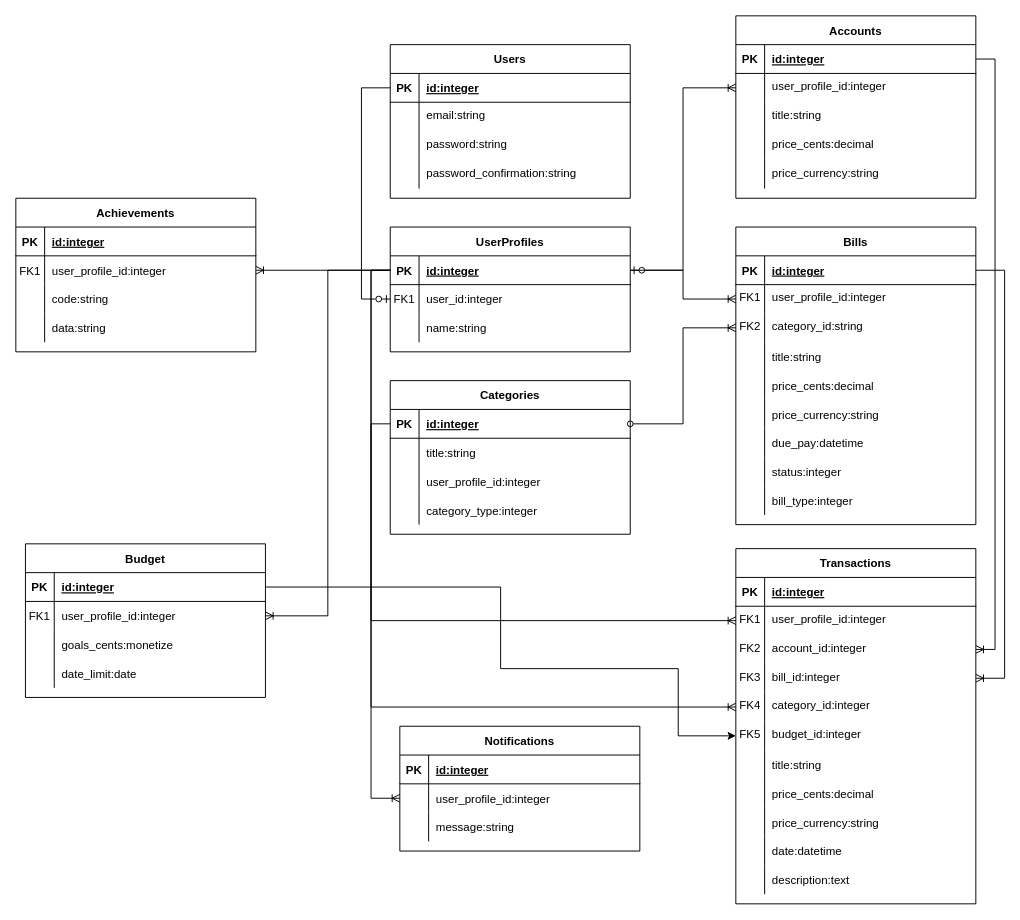
This is page "Web Money" (1 of 4) of Modelagem - Web Money.drawio from angelianosousa/web_money, a draw.io file, before an edit. Source tidied: cells renumbered, new cells numbered last; positions are measured from the earlier drawing's top-left corner, leaving out a move shared by most shapes. Both pictures are drawn from the tidied source at 96%, with x=0, y=0 at pixel (15, 15).
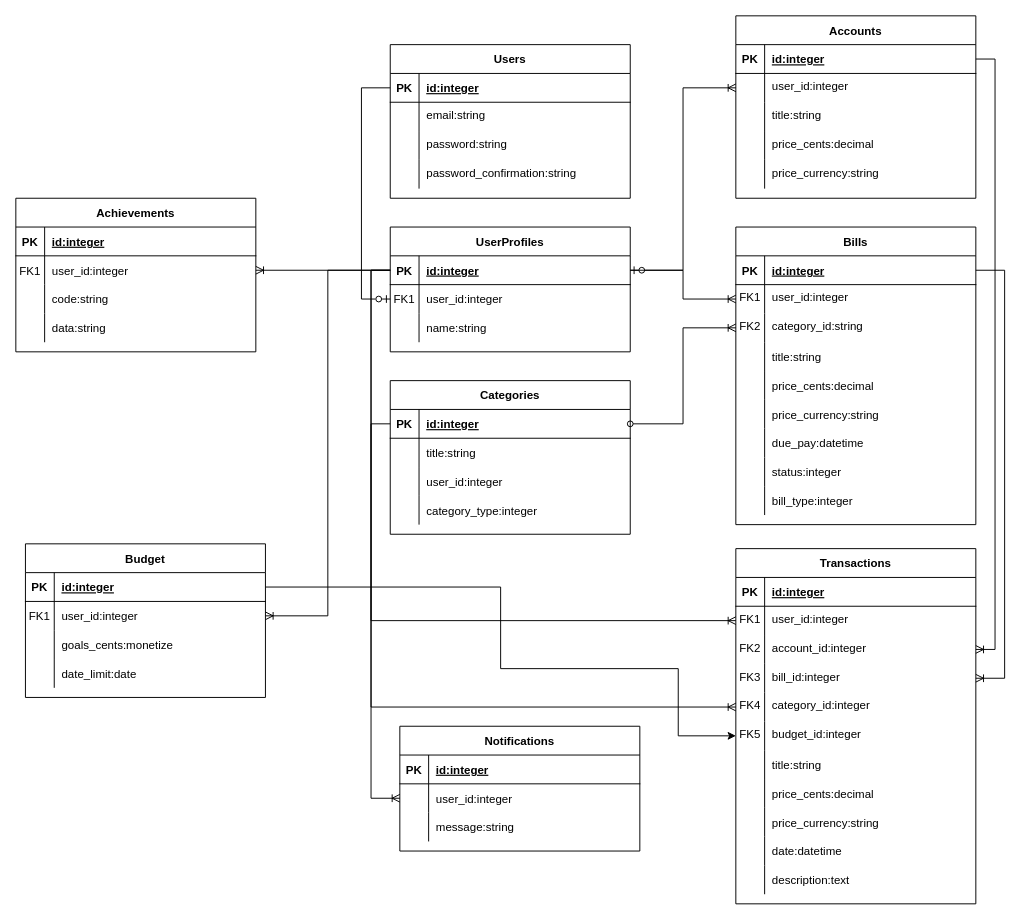
Above is the later version.

The change refers to these unchanged cells:
```xml
<mxCell id="29" style="shape=partialRectangle;fillColor=none;points=[[0,0.5],[1,0.5]];portConstraint=eastwest;top=0;left=0;right=0;bottom=0;" parent="25" vertex="1">
  <mxGeometry y="60" width="250" height="30" as="geometry" />
</mxCell>
<mxCell id="63" style="shape=partialRectangle;fillColor=none;points=[[0,0.5],[1,0.5]];portConstraint=eastwest;top=0;left=0;right=0;bottom=0;" parent="59" vertex="1">
  <mxGeometry y="60" width="250" height="30" as="geometry" />
</mxCell>
<mxCell id="95" style="shape=partialRectangle;fillColor=none;top=0;left=0;right=0;bottom=0;" parent="88" vertex="1">
  <mxGeometry y="90" width="250" height="30" as="geometry" />
</mxCell>
<mxCell id="108" style="shape=partialRectangle;fillColor=none;points=[[0,0.5],[1,0.5]];portConstraint=eastwest;top=0;left=0;right=0;bottom=0;" parent="104" vertex="1">
  <mxGeometry y="60" width="250" height="30" as="geometry" />
</mxCell>
<mxCell id="128" style="shape=partialRectangle;fillColor=none;points=[[0,0.5],[1,0.5]];portConstraint=eastwest;top=0;left=0;right=0;bottom=0;" parent="124" vertex="1">
  <mxGeometry y="60" width="250" height="30" as="geometry" />
</mxCell>
<mxCell id="139" style="shape=partialRectangle;fillColor=none;points=[[0,0.5],[1,0.5]];portConstraint=eastwest;top=0;left=0;right=0;bottom=0;" parent="135" vertex="1">
  <mxGeometry y="60" width="250" height="30" as="geometry" />
</mxCell>
<mxCell id="152" style="shape=partialRectangle;fillColor=none;points=[[0,0.5],[1,0.5]];portConstraint=eastwest;top=0;left=0;right=0;bottom=0;" parent="148" vertex="1">
  <mxGeometry y="60" width="250" height="30" as="geometry" />
</mxCell>
```

Diff of the diagram source:
```diff
@@
-    <mxCell id="31" value="user_profile_id:integer" style="shape=partialRectangle;overflow=hidden;fillColor=none;top=0;left=0;bottom=0;right=0;align=left;spacingLeft=6;verticalAlign=top;" parent="29" vertex="1">
+    <mxCell id="31" value="user_id:integer" style="shape=partialRectangle;overflow=hidden;fillColor=none;top=0;left=0;bottom=0;right=0;align=left;spacingLeft=6;verticalAlign=top;" parent="29" vertex="1">
       <mxGeometry x="30" width="220" height="30" as="geometry" />
     </mxCell>
@@
-    <mxCell id="65" value="user_profile_id:integer" style="shape=partialRectangle;overflow=hidden;fillColor=none;top=0;left=0;bottom=0;right=0;align=left;spacingLeft=6;verticalAlign=top;" parent="63" vertex="1">
+    <mxCell id="65" value="user_id:integer" style="shape=partialRectangle;overflow=hidden;fillColor=none;top=0;left=0;bottom=0;right=0;align=left;spacingLeft=6;verticalAlign=top;" parent="63" vertex="1">
       <mxGeometry x="30" width="220" height="30" as="geometry" />
     </mxCell>
@@
-    <mxCell id="97" value="user_profile_id:integer" style="shape=partialRectangle;overflow=hidden;fillColor=none;top=0;left=0;bottom=0;right=0;align=left;spacingLeft=6;" parent="95" vertex="1">
+    <mxCell id="97" value="user_id:integer" style="shape=partialRectangle;overflow=hidden;fillColor=none;top=0;left=0;bottom=0;right=0;align=left;spacingLeft=6;" parent="95" vertex="1">
       <mxGeometry x="30" width="220" height="30" as="geometry" />
     </mxCell>
@@
-    <mxCell id="110" value="user_profile_id:integer" style="shape=partialRectangle;overflow=hidden;fillColor=none;top=0;left=0;bottom=0;right=0;align=left;spacingLeft=6;labelBackgroundColor=default;verticalAlign=top;" parent="108" vertex="1">
+    <mxCell id="110" value="user_id:integer" style="shape=partialRectangle;overflow=hidden;fillColor=none;top=0;left=0;bottom=0;right=0;align=left;spacingLeft=6;labelBackgroundColor=default;verticalAlign=top;" parent="108" vertex="1">
       <mxGeometry x="30" width="220" height="30" as="geometry" />
     </mxCell>
@@
-    <mxCell id="130" value="user_profile_id:integer" style="shape=partialRectangle;overflow=hidden;fillColor=none;top=0;left=0;bottom=0;right=0;align=left;spacingLeft=6;" parent="128" vertex="1">
+    <mxCell id="130" value="user_id:integer" style="shape=partialRectangle;overflow=hidden;fillColor=none;top=0;left=0;bottom=0;right=0;align=left;spacingLeft=6;" parent="128" vertex="1">
       <mxGeometry x="30" width="220" height="30" as="geometry" />
     </mxCell>
@@
-    <mxCell id="141" value="user_profile_id:integer" style="shape=partialRectangle;overflow=hidden;fillColor=none;top=0;left=0;bottom=0;right=0;align=left;spacingLeft=6;" parent="139" vertex="1">
+    <mxCell id="141" value="user_id:integer" style="shape=partialRectangle;overflow=hidden;fillColor=none;top=0;left=0;bottom=0;right=0;align=left;spacingLeft=6;" parent="139" vertex="1">
       <mxGeometry x="30" width="220" height="30" as="geometry" />
     </mxCell>
@@
-    <mxCell id="154" value="user_profile_id:integer" style="shape=partialRectangle;overflow=hidden;fillColor=none;top=0;left=0;bottom=0;right=0;align=left;spacingLeft=6;" parent="152" vertex="1">
+    <mxCell id="154" value="user_id:integer" style="shape=partialRectangle;overflow=hidden;fillColor=none;top=0;left=0;bottom=0;right=0;align=left;spacingLeft=6;" parent="152" vertex="1">
       <mxGeometry x="30" width="220" height="30" as="geometry" />
     </mxCell>
```
